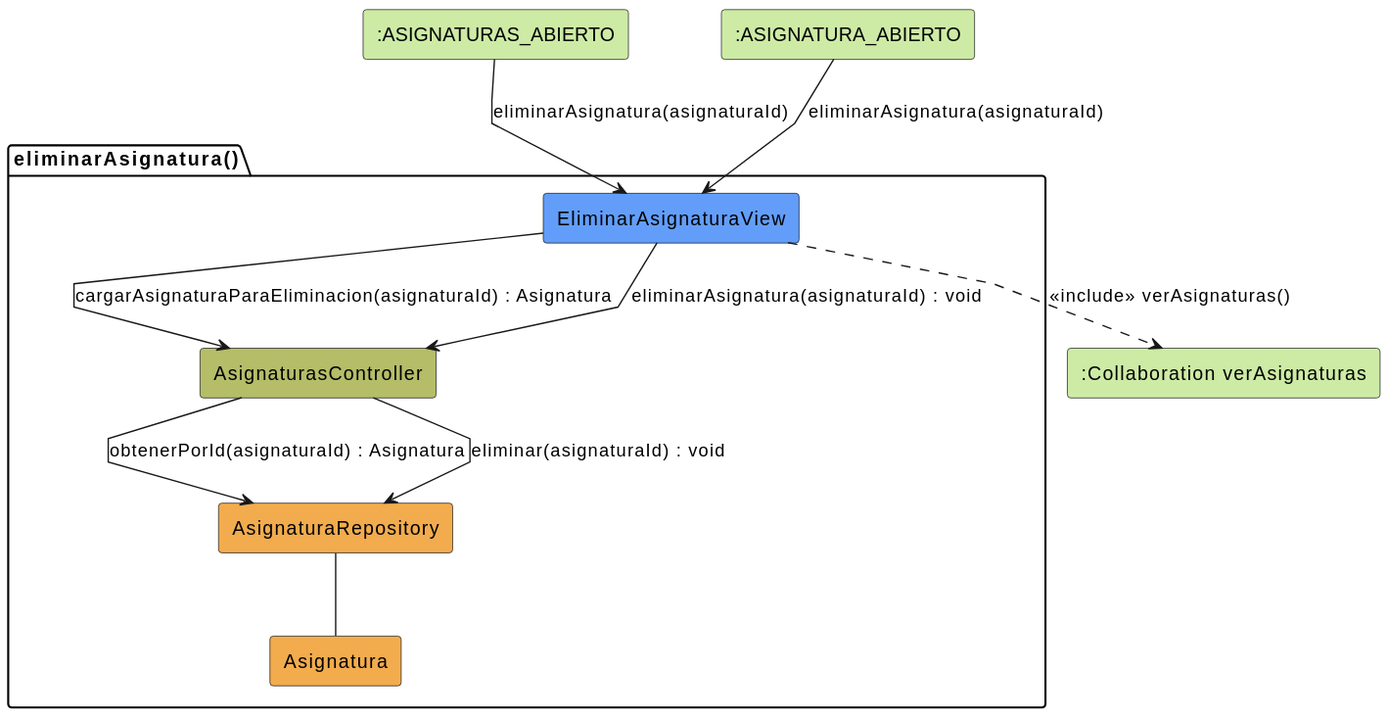
Earlier version of the PlantUML export images/analisis/eliminarAsignatura/colaboracion.svg (martinlopez7/25-26-idsw2-sdVC). The source it was exported from:
```plantuml
@startuml
skinparam linetype polyline

rectangle #CDEBA5 ":ASIGNATURAS_ABIERTO" as AsignaturasAbierto
rectangle #CDEBA5 ":ASIGNATURA_ABIERTO" as AsignaturaAbierto
rectangle #CDEBA5 ":Collaboration verAsignaturas" as VerAsignaturas

package eliminarAsignatura as "eliminarAsignatura()" {
    rectangle #629EF9 EliminarAsignaturaView
    rectangle #b5bd68 AsignaturasController
    rectangle #F2AC4E AsignaturaRepository
    rectangle #F2AC4E Asignatura
}

AsignaturasAbierto --> EliminarAsignaturaView: eliminarAsignatura(asignaturaId)
AsignaturaAbierto --> EliminarAsignaturaView: eliminarAsignatura(asignaturaId)

EliminarAsignaturaView -d-> AsignaturasController: cargarAsignaturaParaEliminacion(asignaturaId) : Asignatura

AsignaturasController --> AsignaturaRepository: obtenerPorId(asignaturaId) : Asignatura

AsignaturaRepository -- Asignatura

EliminarAsignaturaView --> AsignaturasController: eliminarAsignatura(asignaturaId) : void

AsignaturasController --> AsignaturaRepository: eliminar(asignaturaId) : void

EliminarAsignaturaView ..> VerAsignaturas: <<include>> verAsignaturas()
@enduml
```
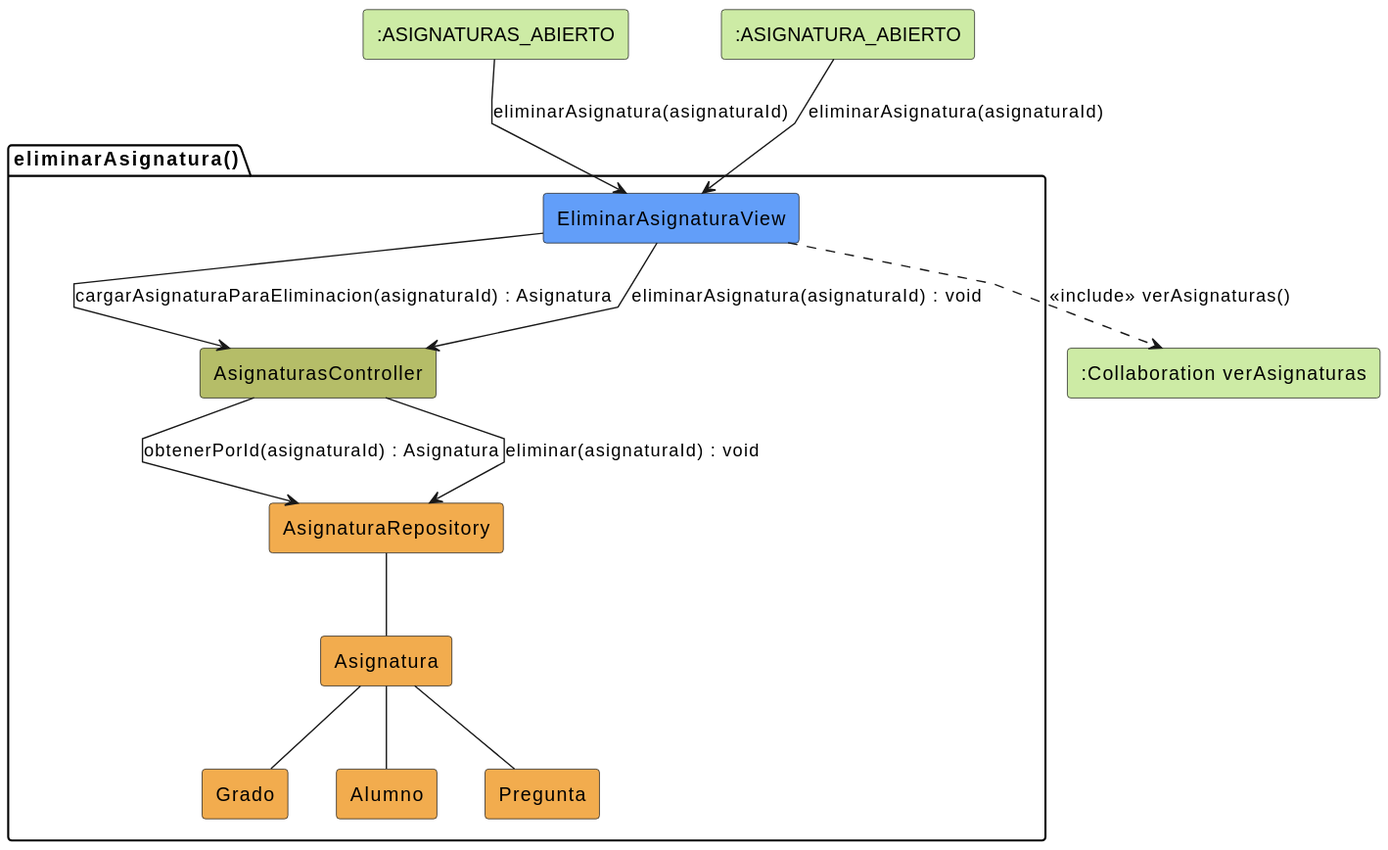
The same diagram one commit later.

Diff of the diagram source:
```diff
@@ -10,6 +10,9 @@
     rectangle #b5bd68 AsignaturasController
     rectangle #F2AC4E AsignaturaRepository
     rectangle #F2AC4E Asignatura
+    rectangle #F2AC4E Grado
+    rectangle #F2AC4E Alumno
+    rectangle #F2AC4E Pregunta
 }
 
 AsignaturasAbierto --> EliminarAsignaturaView: eliminarAsignatura(asignaturaId)
@@ -21,6 +24,10 @@
 
 AsignaturaRepository -- Asignatura
 
+Asignatura -- Grado
+Asignatura -- Alumno
+Asignatura -- Pregunta
+
 EliminarAsignaturaView --> AsignaturasController: eliminarAsignatura(asignaturaId) : void
 
 AsignaturasController --> AsignaturaRepository: eliminar(asignaturaId) : void
```
